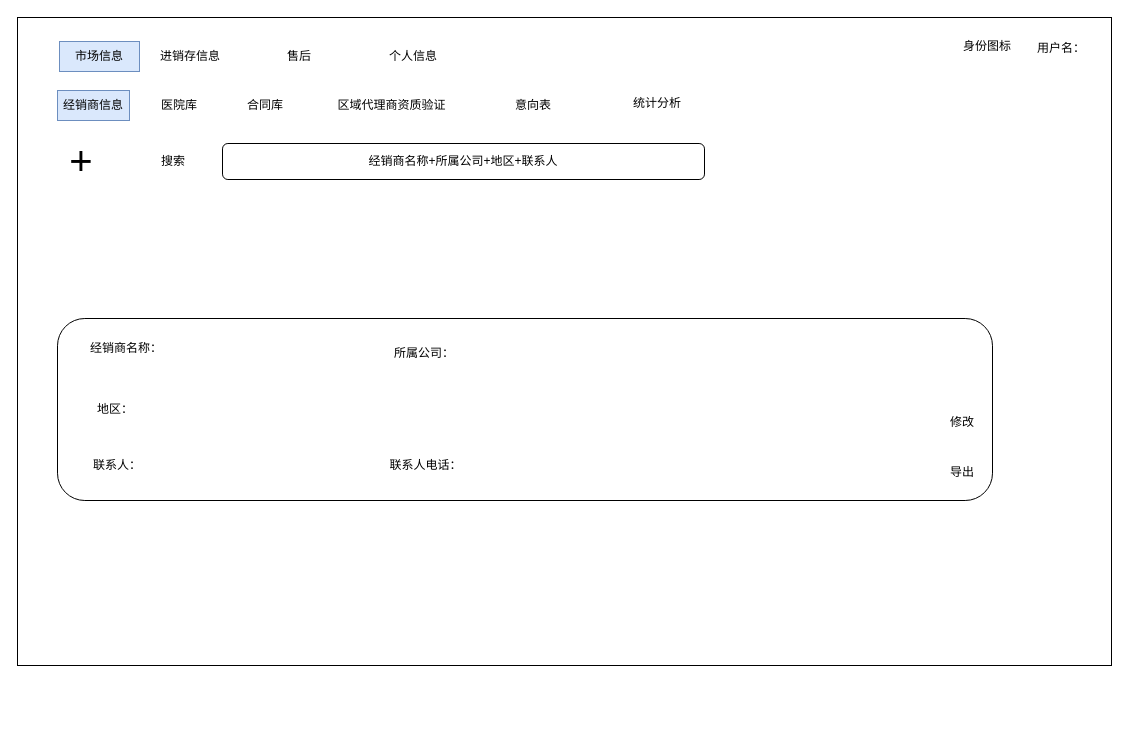
This is page "经销商信息" (1 of 6) of 泰加市场.drawio from cangwang/news, a draw.io file, before an edit. Source tidied: cells renumbered, new cells numbered last; positions are measured from the earlier drawing's top-left corner, leaving out a move shared by most shapes. Both pictures are drawn from the tidied source at 100%, with x=0, y=0 at pixel (17, 17).
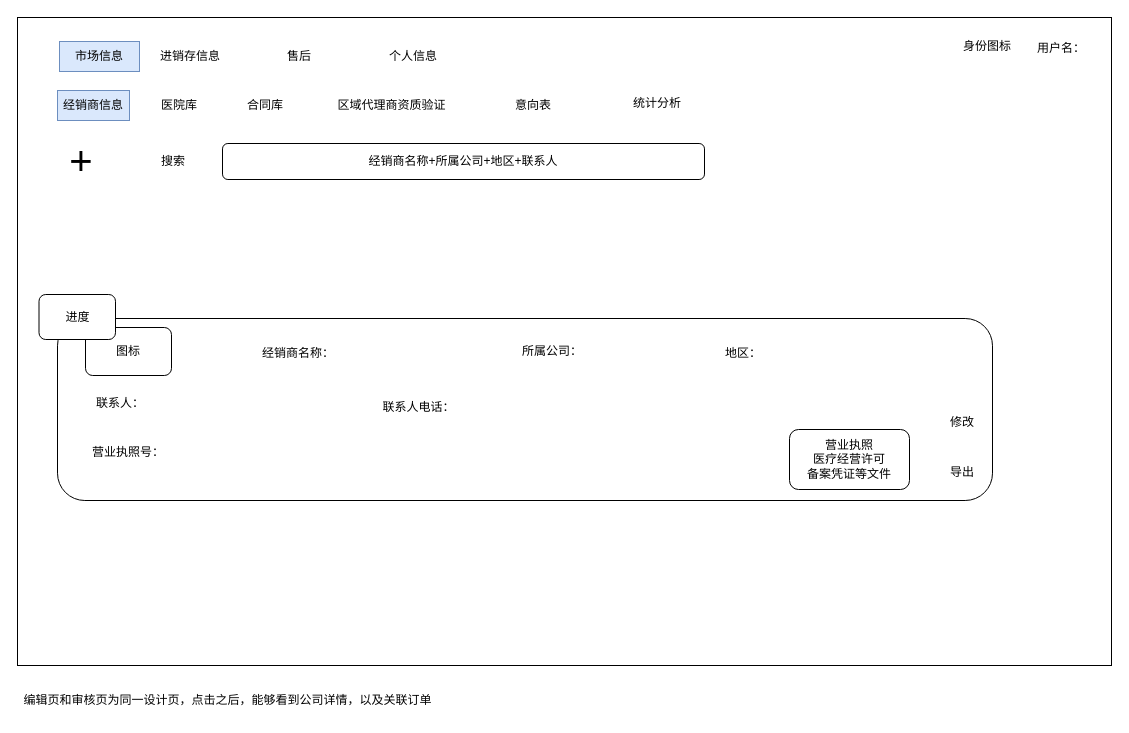
Above is the later version.

Change to the diagram source:
```diff
@@
     <mxCell id="8" value="经销商名称：" style="text;html=1;strokeColor=none;fillColor=none;align=center;verticalAlign=middle;whiteSpace=wrap;rounded=0;" parent="1" vertex="1">
-      <mxGeometry x="70" y="316" width="78" height="30" as="geometry" />
+      <mxGeometry x="242" y="321" width="78" height="30" as="geometry" />
     </mxCell>
     <mxCell id="9" value="所属公司：" style="text;html=1;strokeColor=none;fillColor=none;align=center;verticalAlign=middle;whiteSpace=wrap;rounded=0;" parent="1" vertex="1">
-      <mxGeometry x="368" y="321" width="78" height="30" as="geometry" />
+      <mxGeometry x="496" y="319" width="78" height="30" as="geometry" />
     </mxCell>
     <mxCell id="10" value="联系人：" style="text;html=1;strokeColor=none;fillColor=none;align=center;verticalAlign=middle;whiteSpace=wrap;rounded=0;fontSize=12;" parent="1" vertex="1">
-      <mxGeometry x="70" y="433" width="60" height="30" as="geometry" />
+      <mxGeometry x="73" y="371" width="60" height="30" as="geometry" />
     </mxCell>
     <mxCell id="11" value="联系人电话：" style="text;html=1;strokeColor=none;fillColor=none;align=center;verticalAlign=middle;whiteSpace=wrap;rounded=0;fontSize=12;" parent="1" vertex="1">
-      <mxGeometry x="361" y="433" width="95" height="30" as="geometry" />
+      <mxGeometry x="354" y="375" width="95" height="30" as="geometry" />
     </mxCell>
@@
     <mxCell id="15" value="地区：" style="text;html=1;strokeColor=none;fillColor=none;align=center;verticalAlign=middle;whiteSpace=wrap;rounded=0;fontSize=12;" parent="1" vertex="1">
-      <mxGeometry x="68" y="377" width="60" height="30" as="geometry" />
+      <mxGeometry x="696" y="321" width="60" height="30" as="geometry" />
     </mxCell>
@@
+    <mxCell id="26" value="营业执照号：" style="text;html=1;strokeColor=none;fillColor=none;align=center;verticalAlign=middle;whiteSpace=wrap;rounded=0;" parent="1" vertex="1">
+      <mxGeometry x="72" y="420" width="78" height="30" as="geometry" />
+    </mxCell>
+    <mxCell id="27" value="图标" style="rounded=1;whiteSpace=wrap;html=1;" parent="1" vertex="1">
+      <mxGeometry x="68" y="310" width="86" height="48" as="geometry" />
+    </mxCell>
+    <mxCell id="28" value="营业执照&lt;br&gt;医疗经营许可&lt;br&gt;备案凭证等文件" style="rounded=1;whiteSpace=wrap;html=1;" parent="1" vertex="1">
+      <mxGeometry x="772" y="412" width="120" height="60" as="geometry" />
+    </mxCell>
+    <mxCell id="29" value="进度" style="rounded=1;whiteSpace=wrap;html=1;" parent="1" vertex="1">
+      <mxGeometry x="21.5" y="277" width="76.5" height="45" as="geometry" />
+    </mxCell>
+    <mxCell id="30" value="编辑页和审核页为同一设计页，点击之后，能够看到公司详情，以及关联订单" style="text;html=1;strokeColor=none;fillColor=none;align=center;verticalAlign=middle;whiteSpace=wrap;rounded=0;" parent="1" vertex="1">
+      <mxGeometry y="668" width="421" height="30" as="geometry" />
+    </mxCell>
```
